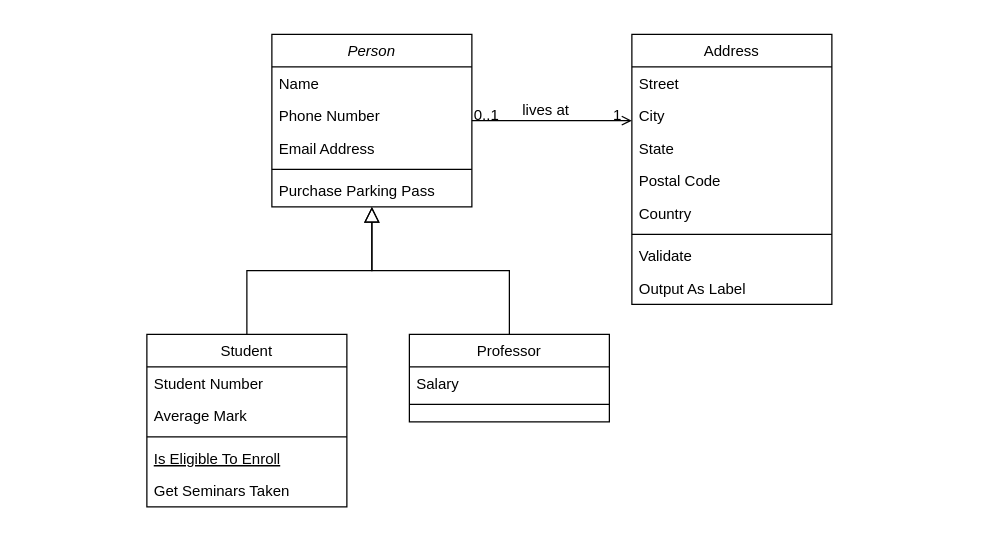
Before: DiseñoDiagramaER.drawio in AEOS88/LaboratoriosADA, a draw.io diagram. Source tidied: cells renumbered, new cells numbered last; positions are measured from the earlier drawing's top-left corner, leaving out a move shared by most shapes. Both pictures are drawn from the tidied source at 125%, with x=0, y=0 at pixel (146, 34).
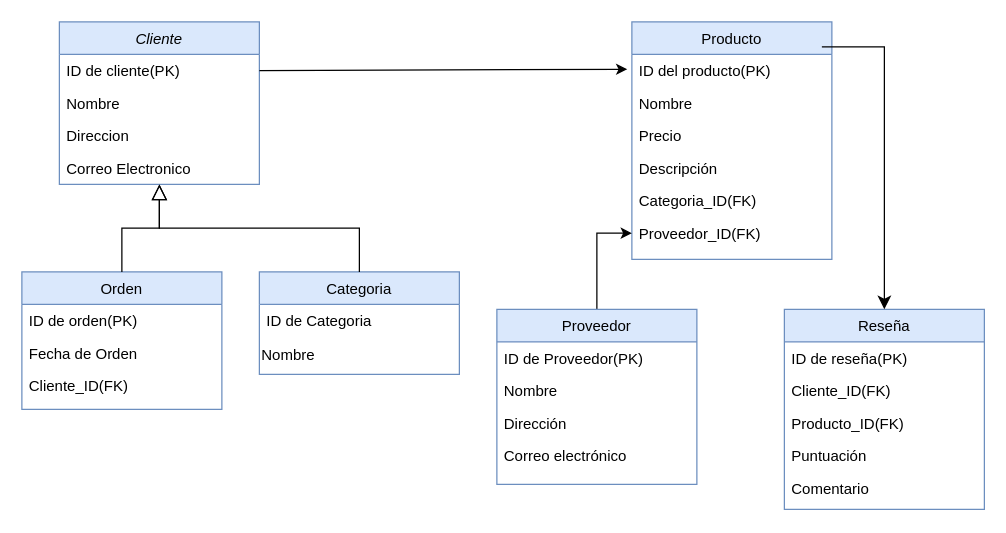
The same diagram, later.

Diff of the diagram source:
```diff
@@
-    <mxCell id="2" value="Person" style="swimlane;fontStyle=2;align=center;verticalAlign=top;horizontal=1;startSize=26;rounded=0;shadow=0;strokeWidth=1;" parent="1" vertex="1">
-      <mxGeometry x="100" width="160" height="138" as="geometry" />
+    <mxCell id="2" value="Cliente" style="swimlane;fontStyle=2;align=center;verticalAlign=top;horizontal=1;startSize=26;rounded=0;shadow=0;strokeWidth=1;fillColor=#dae8fc;strokeColor=#6c8ebf;" parent="1" vertex="1">
+      <mxGeometry x="-70" y="-10" width="160" height="130" as="geometry" />
     </mxCell>
-    <mxCell id="3" value="Name" style="text;align=left;verticalAlign=top;spacingLeft=4;spacingRight=4;overflow=hidden;points=[[0,0.5],[1,0.5]];portConstraint=eastwest;" parent="2" vertex="1">
+    <mxCell id="3" value="ID de cliente(PK)" style="text;align=left;verticalAlign=top;spacingLeft=4;spacingRight=4;overflow=hidden;points=[[0,0.5],[1,0.5]];portConstraint=eastwest;" parent="2" vertex="1">
       <mxGeometry y="26" width="160" height="26" as="geometry" />
     </mxCell>
-    <mxCell id="4" value="Phone Number" style="text;align=left;verticalAlign=top;spacingLeft=4;spacingRight=4;overflow=hidden;rounded=0;shadow=0;html=0;" parent="2" vertex="1">
+    <mxCell id="4" value="Nombre" style="text;align=left;verticalAlign=top;spacingLeft=4;spacingRight=4;overflow=hidden;rounded=0;shadow=0;html=0;" parent="2" vertex="1">
       <mxGeometry y="52" width="160" height="26" as="geometry" />
     </mxCell>
-    <mxCell id="5" value="Email Address" style="text;align=left;verticalAlign=top;spacingLeft=4;spacingRight=4;overflow=hidden;rounded=0;shadow=0;html=0;" parent="2" vertex="1">
+    <mxCell id="5" value="Direccion" style="text;align=left;verticalAlign=top;spacingLeft=4;spacingRight=4;overflow=hidden;rounded=0;shadow=0;html=0;" parent="2" vertex="1">
       <mxGeometry y="78" width="160" height="26" as="geometry" />
     </mxCell>
-    <mxCell id="6" style="line;html=1;strokeWidth=1;align=left;verticalAlign=middle;spacingTop=-1;spacingLeft=3;spacingRight=3;labelPosition=right;" parent="2" vertex="1">
-      <mxGeometry y="104" width="160" height="8" as="geometry" />
-    </mxCell>
-    <mxCell id="7" value="Purchase Parking Pass" style="text;align=left;verticalAlign=top;spacingLeft=4;spacingRight=4;overflow=hidden;" parent="2" vertex="1">
-      <mxGeometry y="112" width="160" height="26" as="geometry" />
-    </mxCell>
+    <mxCell id="32" value="Correo Electronico" style="text;align=left;verticalAlign=top;spacingLeft=4;spacingRight=4;overflow=hidden;rounded=0;shadow=0;html=0;" parent="2" vertex="1">
+      <mxGeometry y="104" width="160" height="26" as="geometry" />
+    </mxCell>
-    <mxCell id="8" value="Student" style="swimlane;fontStyle=0;align=center;verticalAlign=top;horizontal=1;startSize=26;rounded=0;shadow=0;strokeWidth=1;" parent="1" vertex="1">
-      <mxGeometry y="240" width="160" height="138" as="geometry" />
+    <mxCell id="8" value="Orden" style="swimlane;fontStyle=0;align=center;verticalAlign=top;horizontal=1;startSize=26;rounded=0;shadow=0;strokeWidth=1;fillColor=#dae8fc;strokeColor=#6c8ebf;" parent="1" vertex="1">
+      <mxGeometry x="-100" y="190" width="160" height="110" as="geometry" />
     </mxCell>
-    <mxCell id="9" value="Student Number" style="text;align=left;verticalAlign=top;spacingLeft=4;spacingRight=4;overflow=hidden;" parent="8" vertex="1">
+    <mxCell id="9" value="ID de orden(PK)" style="text;align=left;verticalAlign=top;spacingLeft=4;spacingRight=4;overflow=hidden;" parent="8" vertex="1">
       <mxGeometry y="26" width="160" height="26" as="geometry" />
     </mxCell>
-    <mxCell id="10" value="Average Mark" style="text;align=left;verticalAlign=top;spacingLeft=4;spacingRight=4;overflow=hidden;rounded=0;shadow=0;html=0;" parent="8" vertex="1">
+    <mxCell id="10" value="Fecha de Orden" style="text;align=left;verticalAlign=top;spacingLeft=4;spacingRight=4;overflow=hidden;rounded=0;shadow=0;html=0;" parent="8" vertex="1">
       <mxGeometry y="52" width="160" height="26" as="geometry" />
     </mxCell>
-    <mxCell id="11" style="line;html=1;strokeWidth=1;align=left;verticalAlign=middle;spacingTop=-1;spacingLeft=3;spacingRight=3;labelPosition=right;" parent="8" vertex="1">
-      <mxGeometry y="78" width="160" height="8" as="geometry" />
-    </mxCell>
-    <mxCell id="12" value="Is Eligible To Enroll" style="text;align=left;verticalAlign=top;spacingLeft=4;spacingRight=4;overflow=hidden;fontStyle=4;" parent="8" vertex="1">
-      <mxGeometry y="86" width="160" height="26" as="geometry" />
-    </mxCell>
-    <mxCell id="13" value="Get Seminars Taken" style="text;align=left;verticalAlign=top;spacingLeft=4;spacingRight=4;overflow=hidden;" parent="8" vertex="1">
-      <mxGeometry y="112" width="160" height="26" as="geometry" />
+    <mxCell id="13" value="Cliente_ID(FK)" style="text;align=left;verticalAlign=top;spacingLeft=4;spacingRight=4;overflow=hidden;strokeColor=none;" parent="8" vertex="1">
+      <mxGeometry y="78" width="160" height="26" as="geometry" />
     </mxCell>
@@
-    <mxCell id="15" value="Professor" style="swimlane;fontStyle=0;align=center;verticalAlign=top;horizontal=1;startSize=26;rounded=0;shadow=0;strokeWidth=1;" parent="1" vertex="1">
-      <mxGeometry x="210" y="240" width="160" height="70" as="geometry" />
+    <mxCell id="15" value="Categoria" style="swimlane;fontStyle=0;align=center;verticalAlign=top;horizontal=1;startSize=26;rounded=0;shadow=0;strokeWidth=1;fillColor=#dae8fc;strokeColor=#6c8ebf;" parent="1" vertex="1">
+      <mxGeometry x="90" y="190" width="160" height="82" as="geometry" />
     </mxCell>
-    <mxCell id="16" value="Salary" style="text;align=left;verticalAlign=top;spacingLeft=4;spacingRight=4;overflow=hidden;" parent="15" vertex="1">
+    <mxCell id="16" value="ID de Categoria" style="text;align=left;verticalAlign=top;spacingLeft=4;spacingRight=4;overflow=hidden;" parent="15" vertex="1">
       <mxGeometry y="26" width="160" height="26" as="geometry" />
     </mxCell>
-    <mxCell id="17" style="line;html=1;strokeWidth=1;align=left;verticalAlign=middle;spacingTop=-1;spacingLeft=3;spacingRight=3;labelPosition=right;" parent="15" vertex="1">
-      <mxGeometry y="52" width="160" height="8" as="geometry" />
-    </mxCell>
+    <mxCell id="33" value="Nombre" style="text;strokeColor=none;align=left;fillColor=none;html=1;verticalAlign=middle;whiteSpace=wrap;rounded=0;" parent="15" vertex="1">
+      <mxGeometry y="52" width="160" height="30" as="geometry" />
+    </mxCell>
@@
-    <mxCell id="19" value="Address" style="swimlane;fontStyle=0;align=center;verticalAlign=top;horizontal=1;startSize=26;rounded=0;shadow=0;strokeWidth=1;" parent="1" vertex="1">
-      <mxGeometry x="388" width="160" height="216" as="geometry" />
+    <mxCell id="19" value="Producto" style="swimlane;fontStyle=0;align=center;verticalAlign=top;horizontal=1;startSize=26;rounded=0;shadow=0;strokeWidth=1;fillColor=#dae8fc;strokeColor=#6c8ebf;" parent="1" vertex="1">
+      <mxGeometry x="388" y="-10" width="160" height="190" as="geometry" />
     </mxCell>
-    <mxCell id="20" value="Street" style="text;align=left;verticalAlign=top;spacingLeft=4;spacingRight=4;overflow=hidden;points=[[0,0.5],[1,0.5]];portConstraint=eastwest;" parent="19" vertex="1">
+    <mxCell id="20" value="ID del producto(PK)" style="text;align=left;verticalAlign=top;spacingLeft=4;spacingRight=4;overflow=hidden;points=[[0,0.5],[1,0.5]];portConstraint=eastwest;" parent="19" vertex="1">
       <mxGeometry y="26" width="160" height="26" as="geometry" />
     </mxCell>
-    <mxCell id="21" value="City" style="text;align=left;verticalAlign=top;spacingLeft=4;spacingRight=4;overflow=hidden;rounded=0;shadow=0;html=0;" parent="19" vertex="1">
+    <mxCell id="21" value="Nombre" style="text;align=left;verticalAlign=top;spacingLeft=4;spacingRight=4;overflow=hidden;rounded=0;shadow=0;html=0;" parent="19" vertex="1">
       <mxGeometry y="52" width="160" height="26" as="geometry" />
     </mxCell>
-    <mxCell id="22" value="State" style="text;align=left;verticalAlign=top;spacingLeft=4;spacingRight=4;overflow=hidden;rounded=0;shadow=0;html=0;" parent="19" vertex="1">
+    <mxCell id="22" value="Precio" style="text;align=left;verticalAlign=top;spacingLeft=4;spacingRight=4;overflow=hidden;rounded=0;shadow=0;html=0;" parent="19" vertex="1">
       <mxGeometry y="78" width="160" height="26" as="geometry" />
     </mxCell>
-    <mxCell id="23" value="Postal Code" style="text;align=left;verticalAlign=top;spacingLeft=4;spacingRight=4;overflow=hidden;rounded=0;shadow=0;html=0;" parent="19" vertex="1">
+    <mxCell id="23" value="Descripción " style="text;align=left;verticalAlign=top;spacingLeft=4;spacingRight=4;overflow=hidden;rounded=0;shadow=0;html=0;" parent="19" vertex="1">
       <mxGeometry y="104" width="160" height="26" as="geometry" />
     </mxCell>
-    <mxCell id="24" value="Country" style="text;align=left;verticalAlign=top;spacingLeft=4;spacingRight=4;overflow=hidden;rounded=0;shadow=0;html=0;" parent="19" vertex="1">
+    <mxCell id="24" value="Categoria_ID(FK)" style="text;align=left;verticalAlign=top;spacingLeft=4;spacingRight=4;overflow=hidden;rounded=0;shadow=0;html=0;" parent="19" vertex="1">
       <mxGeometry y="130" width="160" height="26" as="geometry" />
     </mxCell>
-    <mxCell id="25" style="line;html=1;strokeWidth=1;align=left;verticalAlign=middle;spacingTop=-1;spacingLeft=3;spacingRight=3;labelPosition=right;" parent="19" vertex="1">
-      <mxGeometry y="156" width="160" height="8" as="geometry" />
-    </mxCell>
-    <mxCell id="26" value="Validate" style="text;align=left;verticalAlign=top;spacingLeft=4;spacingRight=4;overflow=hidden;points=[[0,0.5],[1,0.5]];portConstraint=eastwest;" parent="19" vertex="1">
-      <mxGeometry y="164" width="160" height="26" as="geometry" />
+    <mxCell id="26" value="Proveedor_ID(FK)" style="text;align=left;verticalAlign=top;spacingLeft=4;spacingRight=4;overflow=hidden;points=[[0,0.5],[1,0.5]];portConstraint=eastwest;" parent="19" vertex="1">
+      <mxGeometry y="156" width="160" height="26" as="geometry" />
     </mxCell>
-    <mxCell id="27" value="Output As Label" style="text;align=left;verticalAlign=top;spacingLeft=4;spacingRight=4;overflow=hidden;" parent="19" vertex="1">
-      <mxGeometry y="190" width="160" height="26" as="geometry" />
-    </mxCell>
-    <mxCell id="28" style="endArrow=open;shadow=0;strokeWidth=1;rounded=0;endFill=1;edgeStyle=elbowEdgeStyle;elbow=vertical;" parent="1" edge="1" source="2" target="19">
-      <mxGeometry x="0.5" y="41" relative="1" as="geometry">
-        <mxPoint x="-40" y="32" as="offset" />
-      </mxGeometry>
-    </mxCell>
-    <mxCell id="29" value="0..1" style="align=left;verticalAlign=bottom;labelBackgroundColor=none;fontSize=12;" parent="28" vertex="1">
-      <mxGeometry x="-1" relative="1" as="geometry">
-        <mxPoint y="4" as="offset" />
-      </mxGeometry>
-    </mxCell>
-    <mxCell id="30" value="1" style="align=right;verticalAlign=bottom;labelBackgroundColor=none;fontSize=12;" parent="28" vertex="1">
-      <mxGeometry x="1" relative="1" as="geometry">
-        <mxPoint x="-7" y="4" as="offset" />
-      </mxGeometry>
-    </mxCell>
-    <mxCell id="31" value="lives at" style="text;html=1;align=center;verticalAlign=middle;labelBackgroundColor=none;rounded=0;shadow=0;strokeWidth=1;fontSize=12;" parent="28" vertex="1">
-      <mxGeometry x="0.5" y="49" relative="1" as="geometry">
-        <mxPoint x="-38" y="40" as="offset" />
-      </mxGeometry>
-    </mxCell>
+    <mxCell id="34" style="edgeStyle=orthogonalEdgeStyle;rounded=0;jettySize=auto;html=1;" parent="1" edge="1" source="35" target="26">
+      <mxGeometry relative="1" as="geometry" />
+    </mxCell>
+    <mxCell id="35" value="Proveedor" style="swimlane;fontStyle=0;align=center;verticalAlign=top;horizontal=1;startSize=26;rounded=0;shadow=0;strokeWidth=1;fillColor=#dae8fc;strokeColor=#6c8ebf;" parent="1" vertex="1">
+      <mxGeometry x="280" y="220" width="160" height="140" as="geometry" />
+    </mxCell>
+    <mxCell id="36" value="ID de Proveedor(PK)" style="text;align=left;verticalAlign=top;spacingLeft=4;spacingRight=4;overflow=hidden;" parent="35" vertex="1">
+      <mxGeometry y="26" width="160" height="26" as="geometry" />
+    </mxCell>
+    <mxCell id="37" value="Nombre" style="text;align=left;verticalAlign=top;spacingLeft=4;spacingRight=4;overflow=hidden;rounded=0;shadow=0;html=0;" parent="35" vertex="1">
+      <mxGeometry y="52" width="160" height="26" as="geometry" />
+    </mxCell>
+    <mxCell id="38" value="Dirección " style="text;align=left;verticalAlign=top;spacingLeft=4;spacingRight=4;overflow=hidden;rounded=0;shadow=0;html=0;" parent="35" vertex="1">
+      <mxGeometry y="78" width="160" height="26" as="geometry" />
+    </mxCell>
+    <mxCell id="39" value="Correo electrónico " style="text;align=left;verticalAlign=top;spacingLeft=4;spacingRight=4;overflow=hidden;rounded=0;shadow=0;html=0;" parent="35" vertex="1">
+      <mxGeometry y="104" width="160" height="26" as="geometry" />
+    </mxCell>
+    <mxCell id="40" value="Reseña" style="swimlane;fontStyle=0;align=center;verticalAlign=top;horizontal=1;startSize=26;rounded=0;shadow=0;strokeWidth=1;fillColor=#dae8fc;strokeColor=#6c8ebf;" parent="1" vertex="1">
+      <mxGeometry x="510" y="220" width="160" height="160" as="geometry" />
+    </mxCell>
+    <mxCell id="41" value="ID de reseña(PK)" style="text;align=left;verticalAlign=top;spacingLeft=4;spacingRight=4;overflow=hidden;" parent="40" vertex="1">
+      <mxGeometry y="26" width="160" height="26" as="geometry" />
+    </mxCell>
+    <mxCell id="42" value="Cliente_ID(FK)" style="text;align=left;verticalAlign=top;spacingLeft=4;spacingRight=4;overflow=hidden;rounded=0;shadow=0;html=0;" parent="40" vertex="1">
+      <mxGeometry y="52" width="160" height="26" as="geometry" />
+    </mxCell>
+    <mxCell id="43" value="Producto_ID(FK)" style="text;align=left;verticalAlign=top;spacingLeft=4;spacingRight=4;overflow=hidden;rounded=0;shadow=0;html=0;" parent="40" vertex="1">
+      <mxGeometry y="78" width="160" height="26" as="geometry" />
+    </mxCell>
+    <mxCell id="44" value="Puntuación " style="text;align=left;verticalAlign=top;spacingLeft=4;spacingRight=4;overflow=hidden;rounded=0;shadow=0;html=0;" parent="40" vertex="1">
+      <mxGeometry y="104" width="160" height="26" as="geometry" />
+    </mxCell>
+    <mxCell id="45" value="Comentario" style="text;align=left;verticalAlign=top;spacingLeft=4;spacingRight=4;overflow=hidden;rounded=0;shadow=0;html=0;" parent="40" vertex="1">
+      <mxGeometry y="130" width="160" height="26" as="geometry" />
+    </mxCell>
+    <mxCell id="46" style="edgeStyle=none;jettySize=auto;html=1;rounded=0;exitX=1;exitY=0.5;exitDx=0;exitDy=0;entryX=-0.023;entryY=0.457;entryDx=0;entryDy=0;entryPerimeter=0;" parent="1" edge="1" source="3" target="20">
+      <mxGeometry relative="1" as="geometry" />
+    </mxCell>
+    <mxCell id="47" style="edgeStyle=segmentEdgeStyle;endArrow=classic;html=1;curved=0;rounded=0;endSize=8;startSize=8;sourcePerimeterSpacing=0;targetPerimeterSpacing=0;" parent="1" edge="1" target="40">
+      <mxGeometry relative="1" as="geometry">
+        <mxPoint x="540" y="10" as="sourcePoint" />
+        <Array as="points">
+          <mxPoint x="590" y="10" />
+        </Array>
+      </mxGeometry>
+    </mxCell>
```
